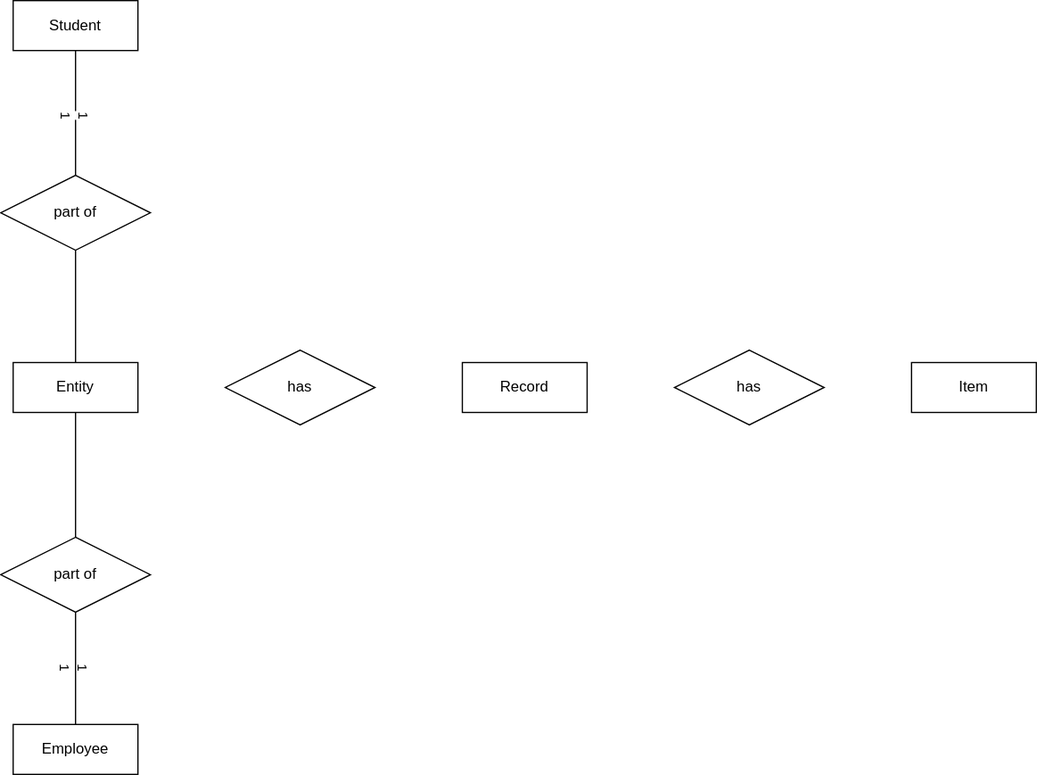
This is SBAdiagram.drawio.svg from bekfstman/LibrarySystem, a draw.io export, as it was before one commit. Source tidied: cells renumbered, new cells last; positions are measured from the earlier drawing's top-left corner, leaving out a move shared by most shapes.
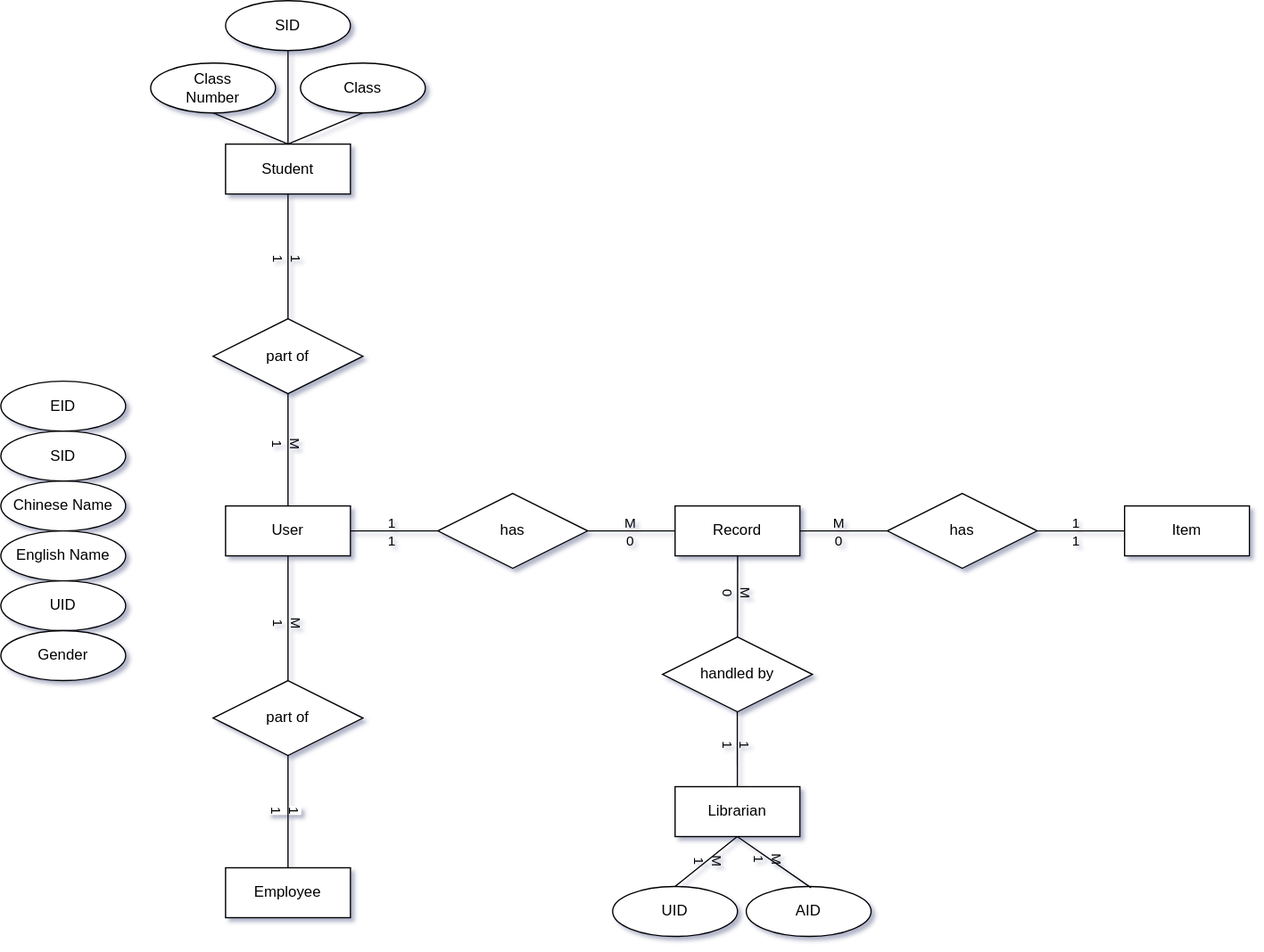
Later version of the same file.

The edit, as a diff of the source:
```diff
@@ -1,4 +1,4 @@
-<mxGraphModel>
+<mxGraphModel shadow="1">
   <root>
     <mxCell id="0" />
     <mxCell id="1" parent="0" />
@@ -10,7 +10,7 @@
     <mxCell id="3" value="Student" style="whiteSpace=wrap;html=1;align=center;" parent="1" vertex="1">
       <mxGeometry x="10" width="100" height="40" as="geometry" />
     </mxCell>
-    <mxCell id="4" value="Entity" style="whiteSpace=wrap;html=1;align=center;" parent="1" vertex="1">
+    <mxCell id="4" value="User" style="whiteSpace=wrap;html=1;align=center;" parent="1" vertex="1">
       <mxGeometry x="10" y="290" width="100" height="40" as="geometry" />
     </mxCell>
     <mxCell id="5" value="Employee" style="whiteSpace=wrap;html=1;align=center;" parent="1" vertex="1">
@@ -34,11 +34,21 @@
     <mxCell id="11" style="endArrow=none;html=1;rounded=0;exitX=0.5;exitY=1;exitDx=0;exitDy=0;entryX=0.5;entryY=0;entryDx=0;entryDy=0;" parent="1" edge="1" source="10" target="4">
       <mxGeometry relative="1" as="geometry" />
     </mxCell>
+    <mxCell id="17" value="M&lt;div&gt;1&lt;/div&gt;" style="edgeLabel;html=1;align=center;verticalAlign=middle;rotation=90;labelBackgroundColor=none;" parent="11" vertex="1">
+      <mxGeometry x="-0.12" y="1" relative="1" as="geometry">
+        <mxPoint x="-1" as="offset" />
+      </mxGeometry>
+    </mxCell>
     <mxCell id="12" style="endArrow=none;html=1;rounded=0;exitX=0.5;exitY=1;exitDx=0;exitDy=0;" parent="1" edge="1" target="13">
       <mxGeometry relative="1" as="geometry">
         <mxPoint x="60" y="330" as="sourcePoint" />
       </mxGeometry>
     </mxCell>
+    <mxCell id="18" value="M&lt;div&gt;1&lt;/div&gt;" style="edgeLabel;html=1;align=center;verticalAlign=middle;rotation=90;labelBackgroundColor=none;" parent="12" vertex="1">
+      <mxGeometry x="0.08" y="-2" relative="1" as="geometry">
+        <mxPoint x="2" as="offset" />
+      </mxGeometry>
+    </mxCell>
     <mxCell id="13" value="part of" style="shape=rhombus;perimeter=rhombusPerimeter;whiteSpace=wrap;html=1;align=center;rotation=0;" parent="1" vertex="1">
       <mxGeometry y="430" width="120" height="60" as="geometry" />
     </mxCell>
@@ -50,10 +60,124 @@
     <mxCell id="15" style="endArrow=none;html=1;rounded=0;exitX=0.5;exitY=1;exitDx=0;exitDy=0;" parent="1" edge="1" source="3" target="10">
       <mxGeometry relative="1" as="geometry" />
     </mxCell>
-    <mxCell id="16" value="1&lt;div&gt;1&lt;/div&gt;" style="edgeLabel;html=1;align=center;verticalAlign=middle;rotation=90;" parent="15" vertex="1">
+    <mxCell id="16" value="1&lt;div&gt;1&lt;/div&gt;" style="edgeLabel;html=1;align=center;verticalAlign=middle;rotation=90;labelBackgroundColor=none;" parent="15" vertex="1">
       <mxGeometry x="0.03" y="2" relative="1" as="geometry">
         <mxPoint x="-2" as="offset" />
       </mxGeometry>
     </mxCell>
+    <mxCell id="19" style="endArrow=none;html=1;rounded=0;exitX=1;exitY=0.5;exitDx=0;exitDy=0;entryX=0;entryY=0.5;entryDx=0;entryDy=0;" parent="1" edge="1" source="4" target="8">
+      <mxGeometry relative="1" as="geometry" />
+    </mxCell>
+    <mxCell id="20" value="1&lt;div&gt;1&lt;/div&gt;" style="edgeLabel;html=1;align=center;verticalAlign=middle;labelBackgroundColor=none;" parent="19" vertex="1">
+      <mxGeometry x="-0.07" y="1" relative="1" as="geometry">
+        <mxPoint y="1" as="offset" />
+      </mxGeometry>
+    </mxCell>
+    <mxCell id="21" style="endArrow=none;html=1;rounded=0;entryX=0;entryY=0.5;entryDx=0;entryDy=0;exitX=1;exitY=0.5;exitDx=0;exitDy=0;" parent="1" edge="1" source="8" target="6">
+      <mxGeometry relative="1" as="geometry" />
+    </mxCell>
+    <mxCell id="22" value="M&lt;div&gt;0&lt;/div&gt;" style="edgeLabel;html=1;align=center;verticalAlign=middle;labelBackgroundColor=none;" parent="21" vertex="1">
+      <mxGeometry x="-0.03" y="1" relative="1" as="geometry">
+        <mxPoint y="1" as="offset" />
+      </mxGeometry>
+    </mxCell>
+    <mxCell id="23" style="endArrow=none;html=1;rounded=0;entryX=0;entryY=0.5;entryDx=0;entryDy=0;exitX=1;exitY=0.5;exitDx=0;exitDy=0;" parent="1" edge="1" source="6" target="9">
+      <mxGeometry relative="1" as="geometry" />
+    </mxCell>
+    <mxCell id="24" style="endArrow=none;html=1;rounded=0;entryX=0;entryY=0.5;entryDx=0;entryDy=0;exitX=1;exitY=0.5;exitDx=0;exitDy=0;" parent="1" edge="1" source="9" target="7">
+      <mxGeometry relative="1" as="geometry" />
+    </mxCell>
+    <mxCell id="25" value="M&lt;div&gt;0&lt;/div&gt;" style="edgeLabel;html=1;align=center;verticalAlign=middle;labelBackgroundColor=none;" parent="1" vertex="1">
+      <mxGeometry x="500" y="310" as="geometry" />
+    </mxCell>
+    <mxCell id="26" value="1&lt;div&gt;1&lt;/div&gt;" style="edgeLabel;html=1;align=center;verticalAlign=middle;labelBackgroundColor=none;" parent="1" vertex="1">
+      <mxGeometry x="690" y="310" as="geometry" />
+    </mxCell>
+    <mxCell id="27" value="Class" style="ellipse;whiteSpace=wrap;html=1;align=center;" parent="1" vertex="1">
+      <mxGeometry x="70" y="-65" width="100" height="40" as="geometry" />
+    </mxCell>
+    <mxCell id="28" value="Class&lt;div&gt;Number&lt;/div&gt;" style="ellipse;whiteSpace=wrap;html=1;align=center;" parent="1" vertex="1">
+      <mxGeometry x="-50" y="-65" width="100" height="40" as="geometry" />
+    </mxCell>
+    <mxCell id="29" style="endArrow=none;html=1;rounded=0;exitX=0.5;exitY=1;exitDx=0;exitDy=0;entryX=0.5;entryY=0;entryDx=0;entryDy=0;" parent="1" edge="1" source="28" target="3">
+      <mxGeometry relative="1" as="geometry" />
+    </mxCell>
+    <mxCell id="30" style="endArrow=none;html=1;rounded=0;exitX=0.5;exitY=1;exitDx=0;exitDy=0;entryX=0.5;entryY=0;entryDx=0;entryDy=0;" parent="1" edge="1" source="27" target="3">
+      <mxGeometry relative="1" as="geometry" />
+    </mxCell>
+    <mxCell id="31" value="Librarian" style="whiteSpace=wrap;html=1;align=center;" parent="1" vertex="1">
+      <mxGeometry x="370" y="515" width="100" height="40" as="geometry" />
+    </mxCell>
+    <mxCell id="32" value="handled by" style="shape=rhombus;perimeter=rhombusPerimeter;whiteSpace=wrap;html=1;align=center;" parent="1" vertex="1">
+      <mxGeometry x="360" y="395" width="120" height="60" as="geometry" />
+    </mxCell>
+    <mxCell id="33" style="endArrow=none;html=1;rounded=0;exitX=0.501;exitY=1.004;exitDx=0;exitDy=0;exitPerimeter=0;" parent="1" edge="1" source="6" target="32">
+      <mxGeometry relative="1" as="geometry" />
+    </mxCell>
+    <mxCell id="34" value="M&lt;div&gt;0&lt;/div&gt;" style="edgeLabel;html=1;align=center;verticalAlign=middle;rotation=90;labelBackgroundColor=none;" parent="33" vertex="1">
+      <mxGeometry x="-0.12" y="1" relative="1" as="geometry">
+        <mxPoint x="-1" as="offset" />
+      </mxGeometry>
+    </mxCell>
+    <mxCell id="35" style="endArrow=none;html=1;rounded=0;exitX=0.501;exitY=1.004;exitDx=0;exitDy=0;exitPerimeter=0;entryX=0.499;entryY=0.002;entryDx=0;entryDy=0;entryPerimeter=0;" parent="1" edge="1" target="31">
+      <mxGeometry relative="1" as="geometry">
+        <mxPoint x="419.8" y="455" as="sourcePoint" />
+      </mxGeometry>
+    </mxCell>
+    <mxCell id="36" value="1&lt;div&gt;1&lt;/div&gt;" style="edgeLabel;html=1;align=center;verticalAlign=middle;rotation=90;labelBackgroundColor=none;" parent="35" vertex="1">
+      <mxGeometry x="-0.12" y="1" relative="1" as="geometry">
+        <mxPoint x="-1" as="offset" />
+      </mxGeometry>
+    </mxCell>
+    <mxCell id="37" value="Chinese Name" style="ellipse;whiteSpace=wrap;html=1;align=center;" parent="1" vertex="1">
+      <mxGeometry x="-170" y="270" width="100" height="40" as="geometry" />
+    </mxCell>
+    <mxCell id="38" value="English Name" style="ellipse;whiteSpace=wrap;html=1;align=center;" parent="1" vertex="1">
+      <mxGeometry x="-170" y="310" width="100" height="40" as="geometry" />
+    </mxCell>
+    <mxCell id="39" value="UID" style="ellipse;whiteSpace=wrap;html=1;align=center;" parent="1" vertex="1">
+      <mxGeometry x="-170" y="350" width="100" height="40" as="geometry" />
+    </mxCell>
+    <mxCell id="40" value="Gender" style="ellipse;whiteSpace=wrap;html=1;align=center;" parent="1" vertex="1">
+      <mxGeometry x="-170" y="390" width="100" height="40" as="geometry" />
+    </mxCell>
+    <mxCell id="41" value="SID" style="ellipse;whiteSpace=wrap;html=1;align=center;" parent="1" vertex="1">
+      <mxGeometry x="-170" y="230" width="100" height="40" as="geometry" />
+    </mxCell>
+    <mxCell id="42" value="EID" style="ellipse;whiteSpace=wrap;html=1;align=center;" parent="1" vertex="1">
+      <mxGeometry x="-170" y="190" width="100" height="40" as="geometry" />
+    </mxCell>
+    <mxCell id="43" value="SID" style="ellipse;whiteSpace=wrap;html=1;align=center;" parent="1" vertex="1">
+      <mxGeometry x="10" y="-115" width="100" height="40" as="geometry" />
+    </mxCell>
+    <mxCell id="44" style="endArrow=none;html=1;rounded=0;exitX=0.5;exitY=1.001;exitDx=0;exitDy=0;exitPerimeter=0;" parent="1" edge="1" source="43">
+      <mxGeometry relative="1" as="geometry">
+        <mxPoint x="60" as="targetPoint" />
+      </mxGeometry>
+    </mxCell>
+    <mxCell id="45" value="UID" style="ellipse;whiteSpace=wrap;html=1;align=center;" parent="1" vertex="1">
+      <mxGeometry x="320" y="595" width="100" height="40" as="geometry" />
+    </mxCell>
+    <mxCell id="46" style="endArrow=none;html=1;rounded=0;exitX=0.501;exitY=1.004;exitDx=0;exitDy=0;exitPerimeter=0;entryX=0.5;entryY=0;entryDx=0;entryDy=0;entryPerimeter=0;" parent="1" edge="1" target="45">
+      <mxGeometry relative="1" as="geometry">
+        <mxPoint x="419.7" y="555" as="sourcePoint" />
+      </mxGeometry>
+    </mxCell>
+    <mxCell id="47" value="M&lt;br&gt;&lt;div&gt;1&lt;/div&gt;" style="edgeLabel;html=1;align=center;verticalAlign=middle;rotation=90;labelBackgroundColor=none;" parent="46" vertex="1">
+      <mxGeometry x="-0.12" y="1" relative="1" as="geometry">
+        <mxPoint x="-1" as="offset" />
+      </mxGeometry>
+    </mxCell>
+    <mxCell id="48" value="AID" style="ellipse;whiteSpace=wrap;html=1;align=center;" parent="1" vertex="1">
+      <mxGeometry x="427" y="595" width="100" height="40" as="geometry" />
+    </mxCell>
+    <mxCell id="49" style="endArrow=none;html=1;rounded=0;exitX=0.498;exitY=0.999;exitDx=0;exitDy=0;exitPerimeter=0;entryX=0.519;entryY=0.025;entryDx=0;entryDy=0;entryPerimeter=0;" parent="1" edge="1" source="31" target="48">
+      <mxGeometry relative="1" as="geometry" />
+    </mxCell>
+    <mxCell id="50" value="&lt;div&gt;M&lt;/div&gt;&lt;div&gt;1&lt;/div&gt;" style="edgeLabel;html=1;align=center;verticalAlign=middle;rotation=90;labelBackgroundColor=none;" parent="49" vertex="1">
+      <mxGeometry x="-0.12" y="1" relative="1" as="geometry">
+        <mxPoint x="-1" as="offset" />
+      </mxGeometry>
+    </mxCell>
   </root>
 </mxGraphModel>
```
